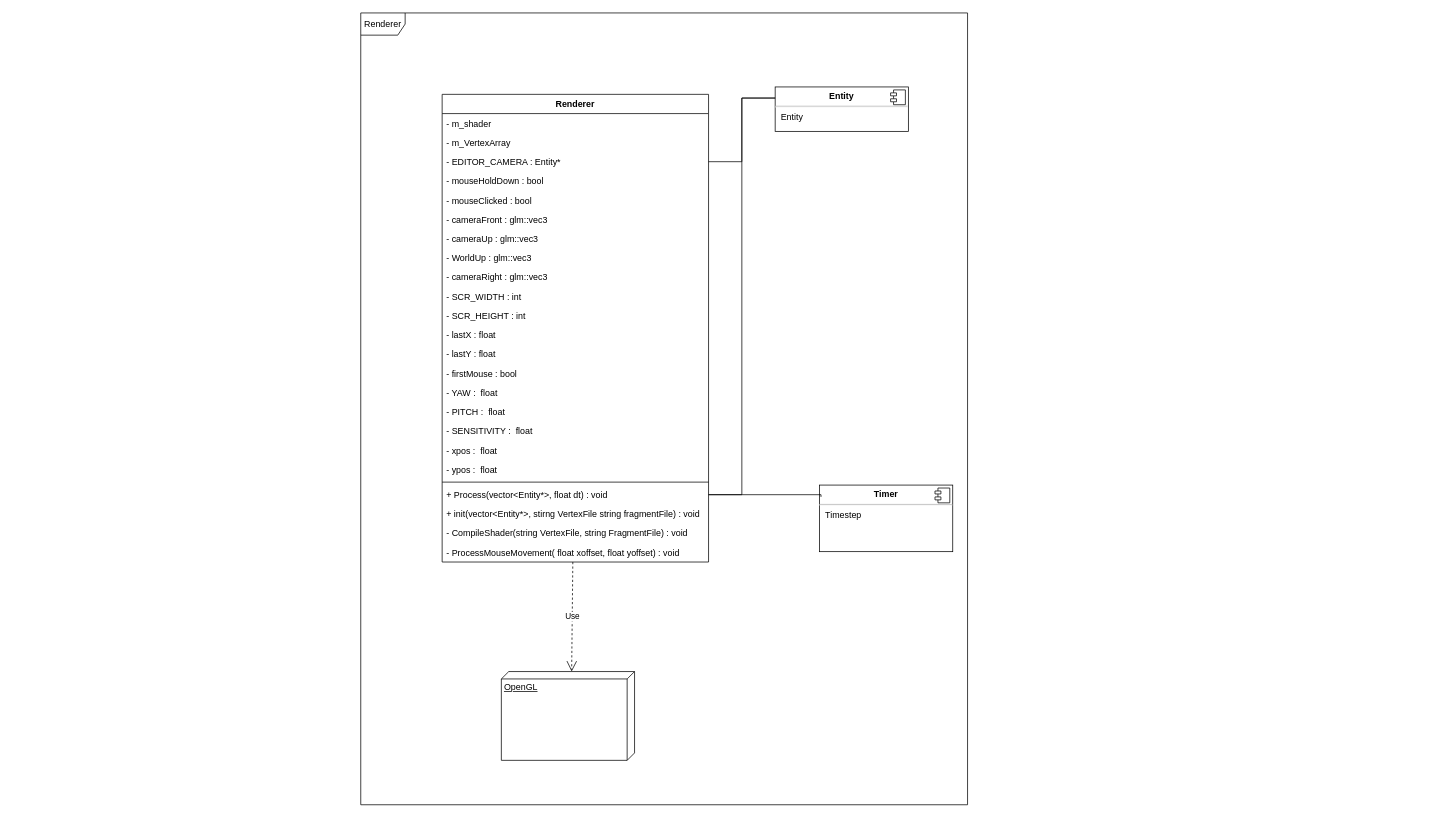
Before: page "Renderer" (6 of 9) of UMLDiagram.drawio in hazN/ECS_Engine, a draw.io diagram. Source tidied: cells renumbered, new cells numbered last; positions are measured from the earlier drawing's top-left corner, leaving out a move shared by most shapes. Both pictures are drawn from the tidied source at 74%, with x=0, y=0 at pixel (360, 13).
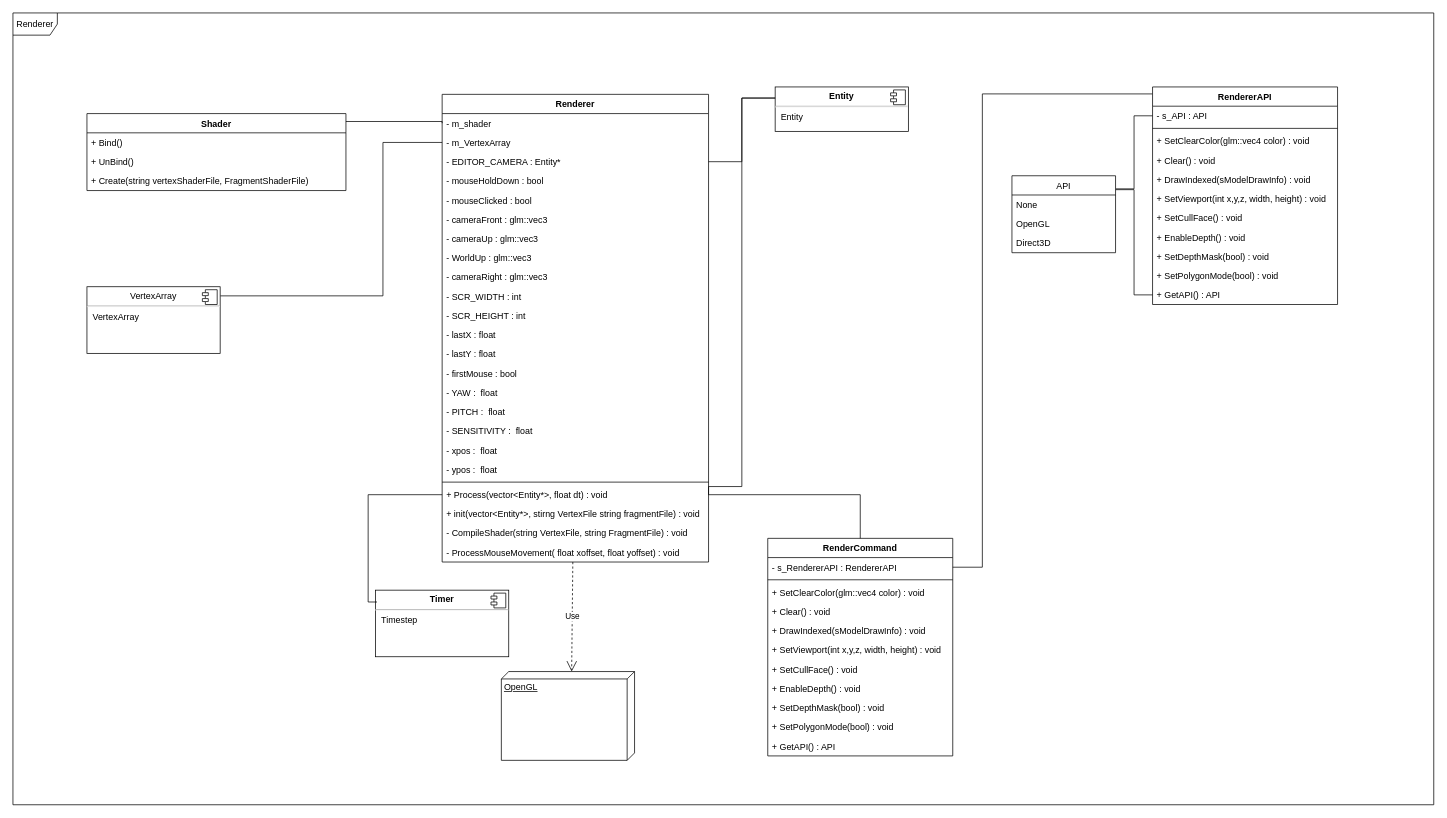
After the change.

Commit message:
Update UMLDiagram: shader and VAO

Unchanged cells that the change refers to:
```xml
<mxCell id="4" value="- m_shader" style="text;strokeColor=none;fillColor=none;align=left;verticalAlign=top;spacingLeft=4;spacingRight=4;overflow=hidden;points=[[0,0.5],[1,0.5]];portConstraint=eastwest;" parent="3" vertex="1">
  <mxGeometry y="26" width="360" height="26" as="geometry" />
</mxCell>
<mxCell id="5" value="- m_VertexArray" style="text;strokeColor=none;fillColor=none;align=left;verticalAlign=top;spacingLeft=4;spacingRight=4;overflow=hidden;points=[[0,0.5],[1,0.5]];portConstraint=eastwest;" parent="3" vertex="1">
  <mxGeometry y="52" width="360" height="26" as="geometry" />
</mxCell>
<mxCell id="24" value="+ Process(vector&lt;Entity*&gt;, float dt) : void" style="text;strokeColor=none;fillColor=none;align=left;verticalAlign=top;spacingLeft=4;spacingRight=4;overflow=hidden;points=[[0,0.5],[1,0.5]];portConstraint=eastwest;" parent="3" vertex="1">
  <mxGeometry y="528" width="360" height="26" as="geometry" />
</mxCell>
<mxCell id="28" value="&lt;p style=&quot;margin:0px;margin-top:6px;text-align:center;&quot;&gt;&lt;b&gt;Entity&lt;/b&gt;&lt;/p&gt;&lt;hr&gt;&lt;p style=&quot;margin:0px;margin-left:8px;&quot;&gt;Entity&lt;/p&gt;" style="align=left;overflow=fill;html=1;" parent="1" vertex="1">
  <mxGeometry x="560" y="100" width="180" height="60" as="geometry" />
</mxCell>
```

Diff of the diagram source:
```diff
@@
     <mxCell id="2" value="Renderer" style="shape=umlFrame;whiteSpace=wrap;html=1;" parent="1" vertex="1">
-      <mxGeometry width="820" height="1070" as="geometry" />
+      <mxGeometry x="-470" width="1920" height="1070" as="geometry" />
     </mxCell>
@@
     <mxCell id="31" style="edgeStyle=orthogonalEdgeStyle;rounded=0;jettySize=auto;html=1;exitX=1;exitY=0.5;exitDx=0;exitDy=0;entryX=0;entryY=0.25;entryDx=0;entryDy=0;endArrow=none;endFill=0;" parent="1" edge="1" source="24" target="28">
-      <mxGeometry relative="1" as="geometry" />
+      <mxGeometry relative="1" as="geometry">
+        <Array as="points">
+          <mxPoint x="470" y="640" />
+          <mxPoint x="515" y="640" />
+          <mxPoint x="515" y="115" />
+        </Array>
+      </mxGeometry>
     </mxCell>
@@
     <mxCell id="34" value="&lt;p style=&quot;margin:0px;margin-top:6px;text-align:center;&quot;&gt;&lt;b&gt;Timer&lt;/b&gt;&lt;/p&gt;&lt;hr&gt;&lt;p style=&quot;margin:0px;margin-left:8px;&quot;&gt;Timestep&lt;/p&gt;" style="align=left;overflow=fill;html=1;" parent="1" vertex="1">
-      <mxGeometry x="620" y="638" width="180" height="90" as="geometry" />
+      <mxGeometry x="20" y="780" width="180" height="90" as="geometry" />
     </mxCell>
@@
-    <mxCell id="36" style="edgeStyle=orthogonalEdgeStyle;rounded=0;jettySize=auto;html=1;exitX=1;exitY=0.5;exitDx=0;exitDy=0;entryX=0.011;entryY=0.178;entryDx=0;entryDy=0;entryPerimeter=0;endArrow=none;endFill=0;" parent="1" edge="1" source="24" target="34">
+    <mxCell id="36" style="edgeStyle=orthogonalEdgeStyle;rounded=0;jettySize=auto;html=1;exitX=0;exitY=0.5;exitDx=0;exitDy=0;entryX=0.011;entryY=0.178;entryDx=0;entryDy=0;entryPerimeter=0;endArrow=none;endFill=0;" parent="1" edge="1" source="24" target="34">
       <mxGeometry relative="1" as="geometry">
         <Array as="points">
-          <mxPoint x="622" y="651" />
+          <mxPoint x="10" y="651" />
+          <mxPoint x="10" y="796" />
         </Array>
       </mxGeometry>
     </mxCell>
+    <mxCell id="37" value="RendererAPI" style="swimlane;fontStyle=1;align=center;verticalAlign=top;horizontal=1;startSize=26;" parent="1" vertex="1">
+      <mxGeometry x="1070" y="100" width="250" height="294" as="geometry" />
+    </mxCell>
+    <mxCell id="38" value="- s_API : API" style="text;strokeColor=none;fillColor=none;align=left;verticalAlign=top;spacingLeft=4;spacingRight=4;overflow=hidden;points=[[0,0.5],[1,0.5]];portConstraint=eastwest;" parent="37" vertex="1">
+      <mxGeometry y="26" width="250" height="26" as="geometry" />
+    </mxCell>
+    <mxCell id="39" style="line;strokeWidth=1;fillColor=none;align=left;verticalAlign=middle;spacingTop=-1;spacingLeft=3;spacingRight=3;labelPosition=right;strokeColor=inherit;" parent="37" vertex="1">
+      <mxGeometry y="52" width="250" height="8" as="geometry" />
+    </mxCell>
+    <mxCell id="40" value="+ SetClearColor(glm::vec4 color) : void" style="text;strokeColor=none;fillColor=none;align=left;verticalAlign=top;spacingLeft=4;spacingRight=4;overflow=hidden;" parent="37" vertex="1">
+      <mxGeometry y="60" width="250" height="26" as="geometry" />
+    </mxCell>
+    <mxCell id="41" value="+ Clear() : void" style="text;strokeColor=none;fillColor=none;align=left;verticalAlign=top;spacingLeft=4;spacingRight=4;overflow=hidden;" parent="37" vertex="1">
+      <mxGeometry y="86" width="250" height="26" as="geometry" />
+    </mxCell>
+    <mxCell id="42" value="+ DrawIndexed(sModelDrawInfo) : void" style="text;strokeColor=none;fillColor=none;align=left;verticalAlign=top;spacingLeft=4;spacingRight=4;overflow=hidden;" parent="37" vertex="1">
+      <mxGeometry y="112" width="250" height="26" as="geometry" />
+    </mxCell>
+    <mxCell id="43" value="+ SetViewport(int x,y,z, width, height) : void" style="text;strokeColor=none;fillColor=none;align=left;verticalAlign=top;spacingLeft=4;spacingRight=4;overflow=hidden;" parent="37" vertex="1">
+      <mxGeometry y="138" width="250" height="26" as="geometry" />
+    </mxCell>
+    <mxCell id="44" value="+ SetCullFace() : void" style="text;strokeColor=none;fillColor=none;align=left;verticalAlign=top;spacingLeft=4;spacingRight=4;overflow=hidden;" parent="37" vertex="1">
+      <mxGeometry y="164" width="250" height="26" as="geometry" />
+    </mxCell>
+    <mxCell id="45" value="+ EnableDepth() : void" style="text;strokeColor=none;fillColor=none;align=left;verticalAlign=top;spacingLeft=4;spacingRight=4;overflow=hidden;" parent="37" vertex="1">
+      <mxGeometry y="190" width="250" height="26" as="geometry" />
+    </mxCell>
+    <mxCell id="46" value="+ SetDepthMask(bool) : void" style="text;strokeColor=none;fillColor=none;align=left;verticalAlign=top;spacingLeft=4;spacingRight=4;overflow=hidden;" parent="37" vertex="1">
+      <mxGeometry y="216" width="250" height="26" as="geometry" />
+    </mxCell>
+    <mxCell id="47" value="+ SetPolygonMode(bool) : void" style="text;strokeColor=none;fillColor=none;align=left;verticalAlign=top;spacingLeft=4;spacingRight=4;overflow=hidden;" parent="37" vertex="1">
+      <mxGeometry y="242" width="250" height="26" as="geometry" />
+    </mxCell>
+    <mxCell id="48" value="+ GetAPI() : API" style="text;strokeColor=none;fillColor=none;align=left;verticalAlign=top;spacingLeft=4;spacingRight=4;overflow=hidden;points=[[0,0.5],[1,0.5]];portConstraint=eastwest;" parent="37" vertex="1">
+      <mxGeometry y="268" width="250" height="26" as="geometry" />
+    </mxCell>
+    <mxCell id="49" value="API" style="swimlane;fontStyle=0;horizontal=1;startSize=26;fillColor=none;" parent="1" vertex="1">
+      <mxGeometry x="880" y="220" width="140" height="104" as="geometry" />
+    </mxCell>
+    <mxCell id="50" value="None" style="text;strokeColor=none;fillColor=none;align=left;verticalAlign=top;spacingLeft=4;spacingRight=4;overflow=hidden;" parent="49" vertex="1">
+      <mxGeometry y="26" width="140" height="26" as="geometry" />
+    </mxCell>
+    <mxCell id="51" value="OpenGL" style="text;strokeColor=none;fillColor=none;align=left;verticalAlign=top;spacingLeft=4;spacingRight=4;overflow=hidden;" parent="49" vertex="1">
+      <mxGeometry y="52" width="140" height="26" as="geometry" />
+    </mxCell>
+    <mxCell id="52" value="Direct3D" style="text;strokeColor=none;fillColor=none;align=left;verticalAlign=top;spacingLeft=4;spacingRight=4;overflow=hidden;" parent="49" vertex="1">
+      <mxGeometry y="78" width="140" height="26" as="geometry" />
+    </mxCell>
+    <mxCell id="53" style="edgeStyle=orthogonalEdgeStyle;rounded=0;jettySize=auto;html=1;exitX=0;exitY=0.5;exitDx=0;exitDy=0;entryX=1.003;entryY=0.17;entryDx=0;entryDy=0;entryPerimeter=0;endArrow=none;endFill=0;" parent="1" edge="1" source="38" target="49">
+      <mxGeometry relative="1" as="geometry" />
+    </mxCell>
+    <mxCell id="54" style="edgeStyle=orthogonalEdgeStyle;rounded=0;jettySize=auto;html=1;exitX=0;exitY=0.5;exitDx=0;exitDy=0;entryX=1.003;entryY=0.181;entryDx=0;entryDy=0;entryPerimeter=0;endArrow=none;endFill=0;" parent="1" edge="1" source="48" target="49">
+      <mxGeometry relative="1" as="geometry" />
+    </mxCell>
+    <mxCell id="55" value="RenderCommand" style="swimlane;fontStyle=1;align=center;verticalAlign=top;horizontal=1;startSize=26;" parent="1" vertex="1">
+      <mxGeometry x="550" y="710" width="250" height="294" as="geometry" />
+    </mxCell>
+    <mxCell id="56" value="- s_RendererAPI : RendererAPI" style="text;strokeColor=none;fillColor=none;align=left;verticalAlign=top;spacingLeft=4;spacingRight=4;overflow=hidden;points=[[0,0.5],[1,0.5]];portConstraint=eastwest;" parent="55" vertex="1">
+      <mxGeometry y="26" width="250" height="26" as="geometry" />
+    </mxCell>
+    <mxCell id="57" style="line;strokeWidth=1;fillColor=none;align=left;verticalAlign=middle;spacingTop=-1;spacingLeft=3;spacingRight=3;labelPosition=right;strokeColor=inherit;" parent="55" vertex="1">
+      <mxGeometry y="52" width="250" height="8" as="geometry" />
+    </mxCell>
+    <mxCell id="58" value="+ SetClearColor(glm::vec4 color) : void" style="text;strokeColor=none;fillColor=none;align=left;verticalAlign=top;spacingLeft=4;spacingRight=4;overflow=hidden;" parent="55" vertex="1">
+      <mxGeometry y="60" width="250" height="26" as="geometry" />
+    </mxCell>
+    <mxCell id="59" value="+ Clear() : void" style="text;strokeColor=none;fillColor=none;align=left;verticalAlign=top;spacingLeft=4;spacingRight=4;overflow=hidden;" parent="55" vertex="1">
+      <mxGeometry y="86" width="250" height="26" as="geometry" />
+    </mxCell>
+    <mxCell id="60" value="+ DrawIndexed(sModelDrawInfo) : void" style="text;strokeColor=none;fillColor=none;align=left;verticalAlign=top;spacingLeft=4;spacingRight=4;overflow=hidden;" parent="55" vertex="1">
+      <mxGeometry y="112" width="250" height="26" as="geometry" />
+    </mxCell>
+    <mxCell id="61" value="+ SetViewport(int x,y,z, width, height) : void" style="text;strokeColor=none;fillColor=none;align=left;verticalAlign=top;spacingLeft=4;spacingRight=4;overflow=hidden;" parent="55" vertex="1">
+      <mxGeometry y="138" width="250" height="26" as="geometry" />
+    </mxCell>
+    <mxCell id="62" value="+ SetCullFace() : void" style="text;strokeColor=none;fillColor=none;align=left;verticalAlign=top;spacingLeft=4;spacingRight=4;overflow=hidden;" parent="55" vertex="1">
+      <mxGeometry y="164" width="250" height="26" as="geometry" />
+    </mxCell>
+    <mxCell id="63" value="+ EnableDepth() : void" style="text;strokeColor=none;fillColor=none;align=left;verticalAlign=top;spacingLeft=4;spacingRight=4;overflow=hidden;" parent="55" vertex="1">
+      <mxGeometry y="190" width="250" height="26" as="geometry" />
+    </mxCell>
+    <mxCell id="64" value="+ SetDepthMask(bool) : void" style="text;strokeColor=none;fillColor=none;align=left;verticalAlign=top;spacingLeft=4;spacingRight=4;overflow=hidden;" parent="55" vertex="1">
+      <mxGeometry y="216" width="250" height="26" as="geometry" />
+    </mxCell>
+    <mxCell id="65" value="+ SetPolygonMode(bool) : void" style="text;strokeColor=none;fillColor=none;align=left;verticalAlign=top;spacingLeft=4;spacingRight=4;overflow=hidden;" parent="55" vertex="1">
+      <mxGeometry y="242" width="250" height="26" as="geometry" />
+    </mxCell>
+    <mxCell id="66" value="+ GetAPI() : API" style="text;strokeColor=none;fillColor=none;align=left;verticalAlign=top;spacingLeft=4;spacingRight=4;overflow=hidden;" parent="55" vertex="1">
+      <mxGeometry y="268" width="250" height="26" as="geometry" />
+    </mxCell>
+    <mxCell id="67" style="edgeStyle=orthogonalEdgeStyle;rounded=0;jettySize=auto;html=1;exitX=1;exitY=0.5;exitDx=0;exitDy=0;entryX=0.5;entryY=0;entryDx=0;entryDy=0;endArrow=none;endFill=0;" parent="1" edge="1" source="24" target="55">
+      <mxGeometry relative="1" as="geometry">
+        <Array as="points">
+          <mxPoint x="675" y="651" />
+        </Array>
+      </mxGeometry>
+    </mxCell>
+    <mxCell id="68" style="edgeStyle=orthogonalEdgeStyle;rounded=0;jettySize=auto;html=1;exitX=1;exitY=0.5;exitDx=0;exitDy=0;entryX=-0.001;entryY=0.032;entryDx=0;entryDy=0;entryPerimeter=0;endArrow=none;endFill=0;" parent="1" edge="1" source="56" target="37">
+      <mxGeometry relative="1" as="geometry">
+        <Array as="points">
+          <mxPoint x="840" y="749" />
+          <mxPoint x="840" y="109" />
+        </Array>
+      </mxGeometry>
+    </mxCell>
+    <mxCell id="69" value="Shader" style="swimlane;fontStyle=1;align=center;verticalAlign=top;horizontal=1;startSize=26;" parent="1" vertex="1">
+      <mxGeometry x="-370" y="136" width="350" height="104" as="geometry" />
+    </mxCell>
+    <mxCell id="70" value="+ Bind()" style="text;strokeColor=none;fillColor=none;align=left;verticalAlign=top;spacingLeft=4;spacingRight=4;overflow=hidden;" parent="69" vertex="1">
+      <mxGeometry y="26" width="350" height="26" as="geometry" />
+    </mxCell>
+    <mxCell id="71" value="+ UnBind()" style="text;strokeColor=none;fillColor=none;align=left;verticalAlign=top;spacingLeft=4;spacingRight=4;overflow=hidden;" parent="69" vertex="1">
+      <mxGeometry y="52" width="350" height="26" as="geometry" />
+    </mxCell>
+    <mxCell id="72" value="+ Create(string vertexShaderFile, FragmentShaderFile)" style="text;strokeColor=none;fillColor=none;align=left;verticalAlign=top;spacingLeft=4;spacingRight=4;overflow=hidden;" parent="69" vertex="1">
+      <mxGeometry y="78" width="350" height="26" as="geometry" />
+    </mxCell>
+    <mxCell id="73" style="edgeStyle=orthogonalEdgeStyle;rounded=0;jettySize=auto;html=1;exitX=0;exitY=0.5;exitDx=0;exitDy=0;entryX=1;entryY=0.103;entryDx=0;entryDy=0;entryPerimeter=0;endArrow=none;endFill=0;" parent="1" edge="1" source="4" target="69">
+      <mxGeometry relative="1" as="geometry">
+        <Array as="points">
+          <mxPoint x="110" y="147" />
+        </Array>
+      </mxGeometry>
+    </mxCell>
+    <mxCell id="74" value="&lt;p style=&quot;margin:0px;margin-top:6px;text-align:center;&quot;&gt;VertexArray&lt;br&gt;&lt;/p&gt;&lt;hr&gt;&lt;p style=&quot;margin:0px;margin-left:8px;&quot;&gt;VertexArray&lt;br&gt;&lt;/p&gt;" style="align=left;overflow=fill;html=1;" parent="1" vertex="1">
+      <mxGeometry x="-370" y="370" width="180" height="90" as="geometry" />
+    </mxCell>
+    <mxCell id="75" style="shape=component;jettyWidth=8;jettyHeight=4;" parent="74" vertex="1">
+      <mxGeometry x="1" width="20" height="20" relative="1" as="geometry">
+        <mxPoint x="-24" y="4" as="offset" />
+      </mxGeometry>
+    </mxCell>
+    <mxCell id="76" style="edgeStyle=orthogonalEdgeStyle;rounded=0;jettySize=auto;html=1;exitX=0;exitY=0.5;exitDx=0;exitDy=0;entryX=1.002;entryY=0.137;entryDx=0;entryDy=0;entryPerimeter=0;endArrow=none;endFill=0;" parent="1" edge="1" source="5" target="74">
+      <mxGeometry relative="1" as="geometry">
+        <Array as="points">
+          <mxPoint x="30" y="175" />
+          <mxPoint x="30" y="382" />
+        </Array>
+      </mxGeometry>
+    </mxCell>
```
